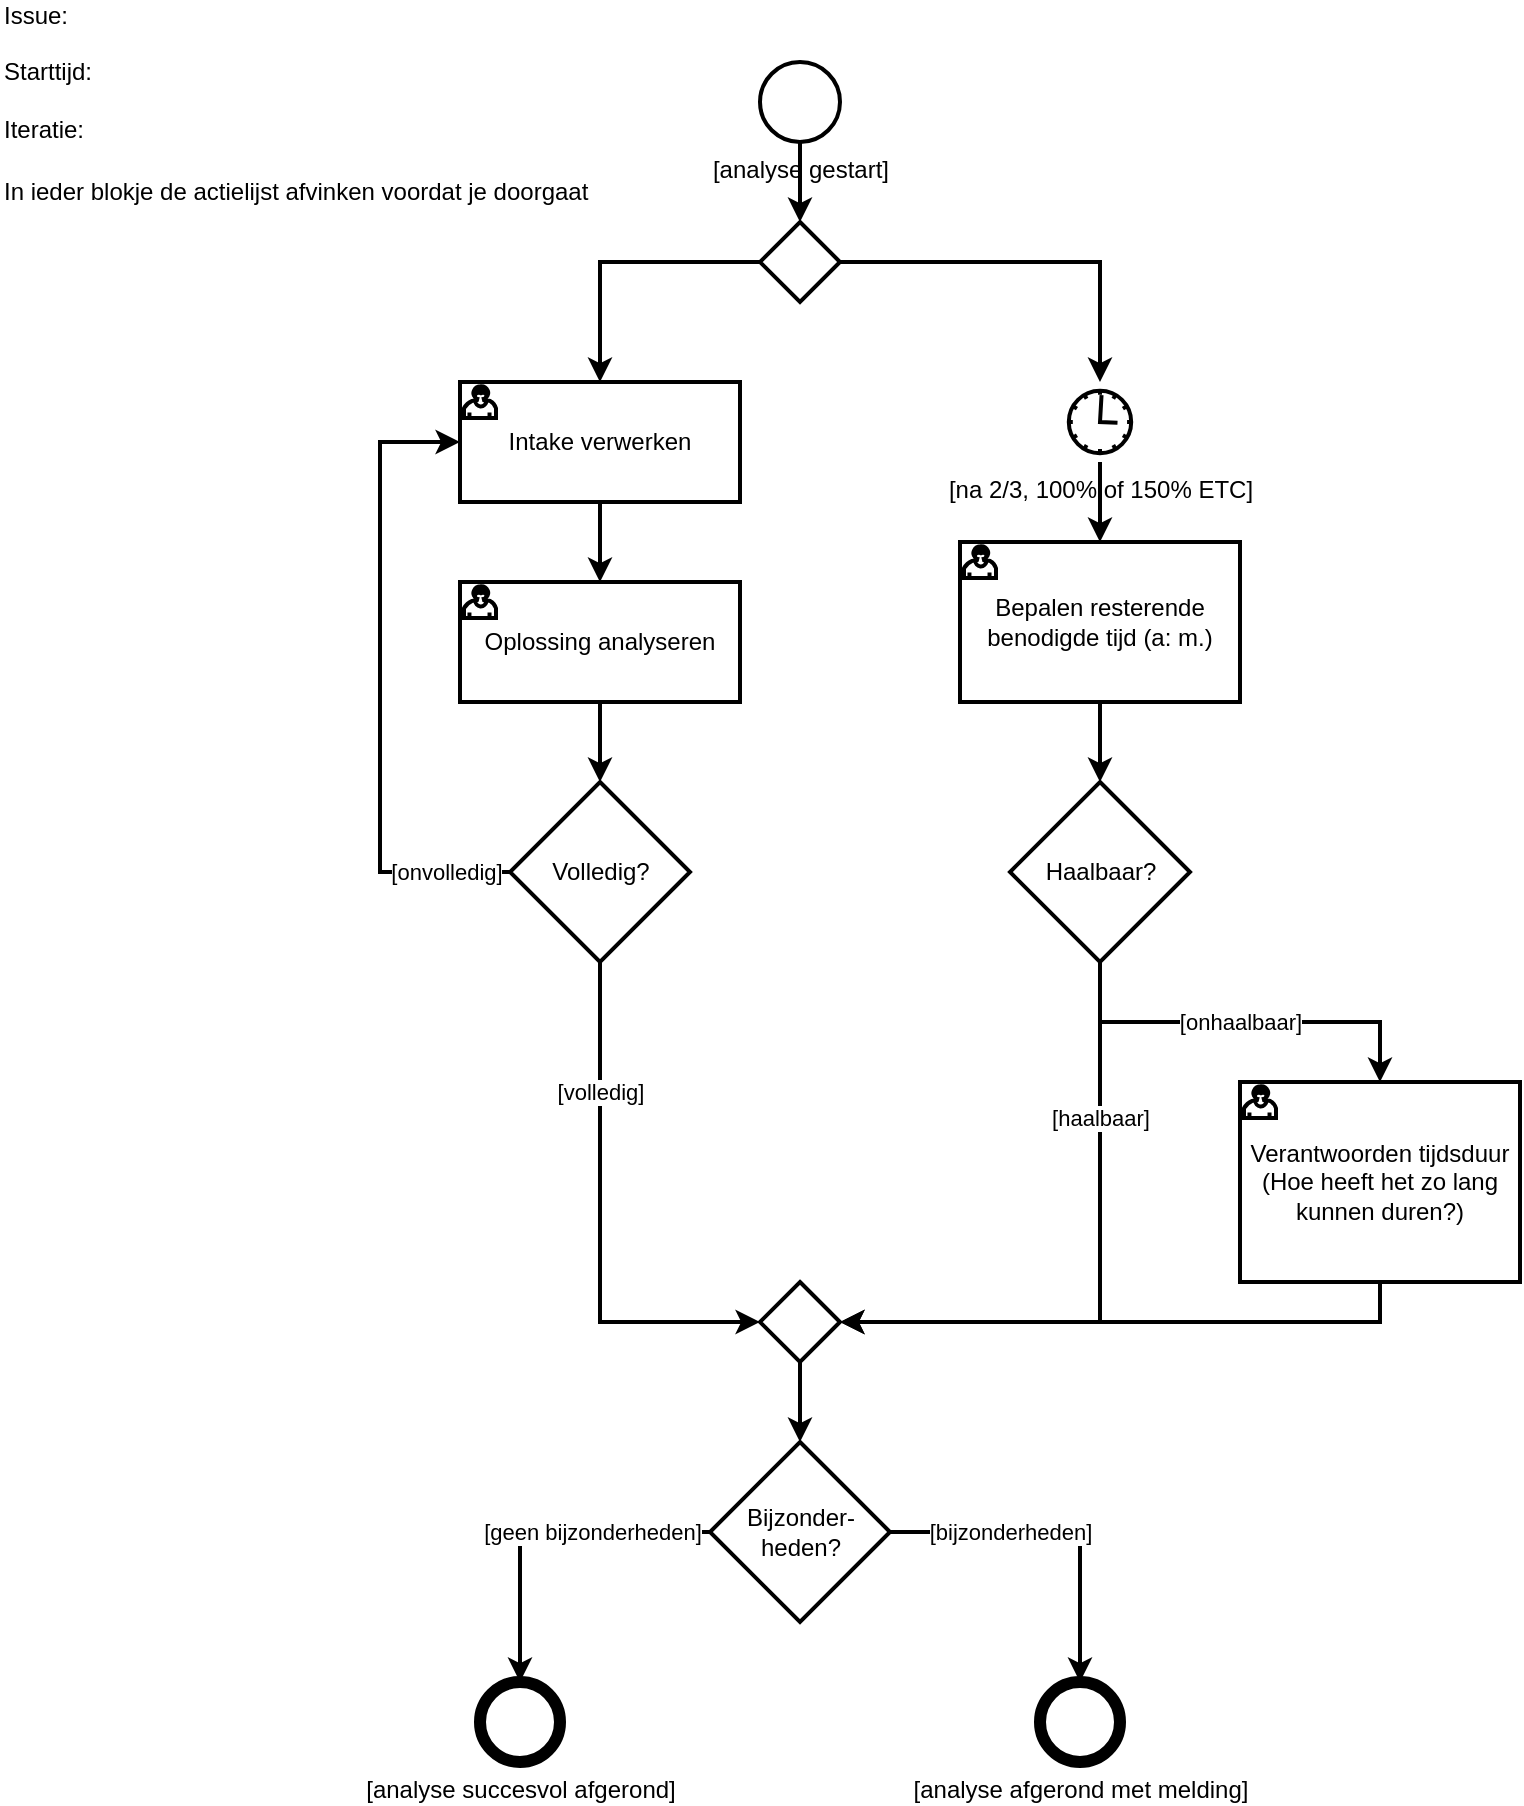
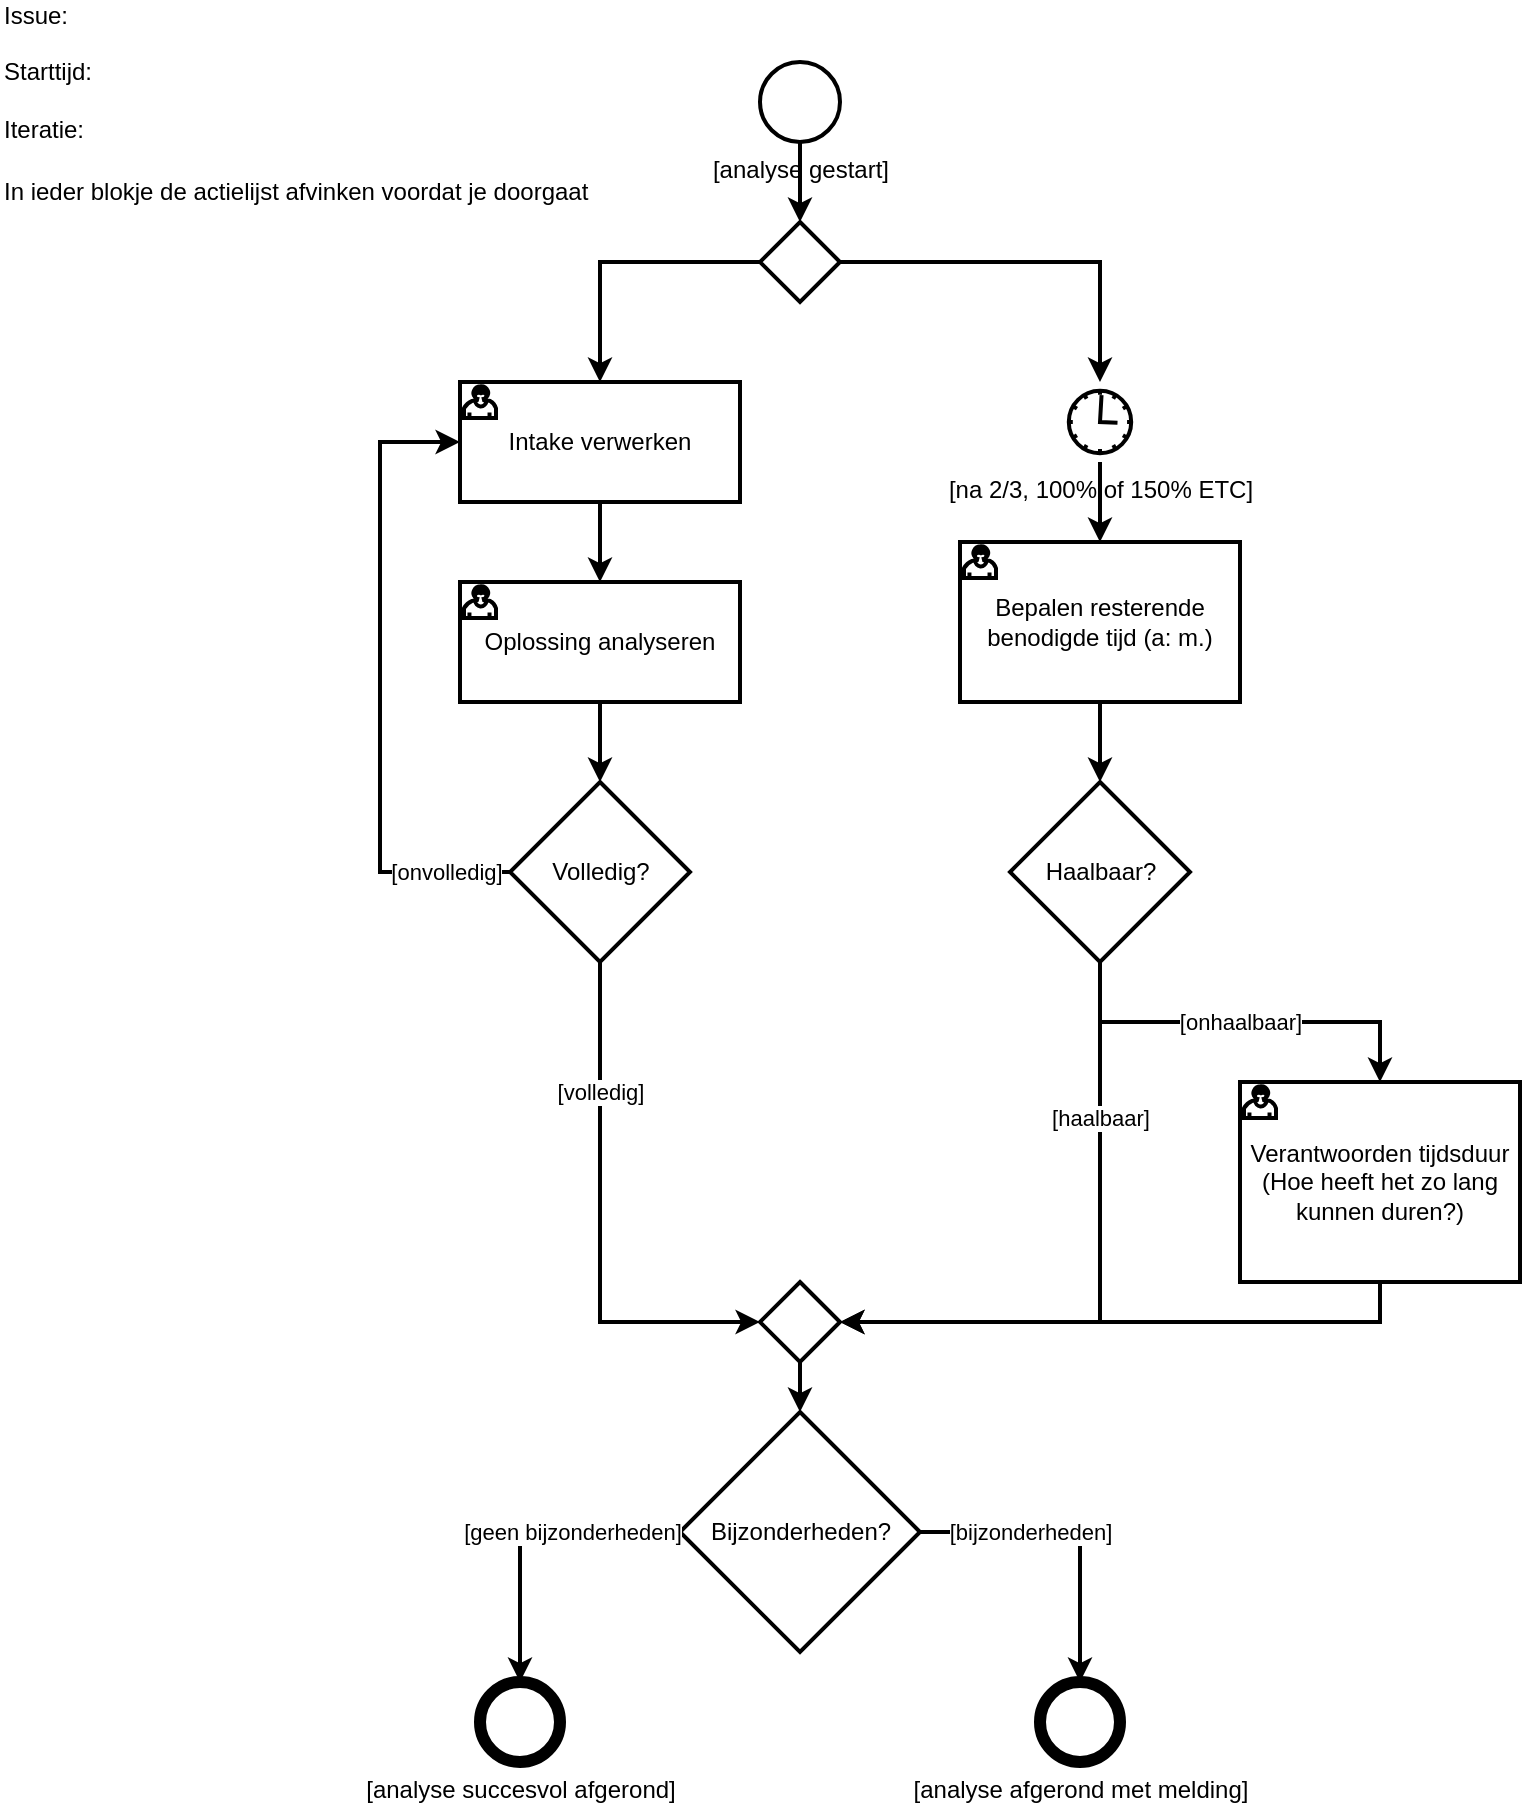
<mxfile host="Electron" agent="Mozilla/5.0 (Windows NT 10.0; Win64; x64) AppleWebKit/537.36 (KHTML, like Gecko) Chrome/143.0.0.0 Safari/537.36">
  <diagram name="Page-1" id="N1ihbLb1V8zAQBHubTxZ">
    <mxGraphModel dx="1560" dy="881" grid="1" gridSize="10" guides="1" tooltips="1" connect="1" arrows="1" fold="1" page="1" pageScale="1" pageWidth="827" pageHeight="1169" math="0" shadow="0">
      <root>
        <mxCell id="0" />
        <mxCell id="1" parent="0" />
        <mxCell id="XXgrilK3sBboaJHVpPJj-29" parent="1" style="text;html=1;align=left;verticalAlign=middle;whiteSpace=wrap;rounded=0;" value="Issue:&amp;nbsp; &amp;nbsp;&lt;br&gt;&lt;br&gt;Starttijd:&lt;br&gt;&lt;br&gt;Iteratie:&amp;nbsp;" vertex="1">
          <mxGeometry height="30" width="60" x="10" y="30" as="geometry" />
        </mxCell>
        <mxCell id="XXgrilK3sBboaJHVpPJj-33" parent="1" style="text;html=1;whiteSpace=wrap;strokeColor=none;fillColor=none;align=left;verticalAlign=middle;rounded=0;labelPosition=center;verticalLabelPosition=middle;" value="In ieder blokje de actielijst afvinken voordat je doorgaat" vertex="1">
          <mxGeometry height="30" width="300" x="10" y="90" as="geometry" />
        </mxCell>
        <object label="[analyse gestart]" id="bpmn_start_event">
          <mxCell parent="1" style="shape=mxgraph.bpmn.event;html=1;verticalLabelPosition=bottom;labelBackgroundColor=#ffffff;verticalAlign=top;align=center;perimeter=ellipsePerimeter;outlineConnect=0;aspect=fixed;outline=standard;symbol=general;strokeWidth=2;" vertex="1">
            <mxGeometry height="40" width="40" x="390" y="40" as="geometry" />
          </mxCell>
        </object>
        <object label="" id="bpmn_gateway_fork">
          <mxCell parent="1" style="shape=mxgraph.bpmn.gateway;html=1;align=center;verticalAlign=middle;perimeter=rhombusPerimeter;outlineConnect=0;gatewaySymbol=parallel;strokeWidth=2;" vertex="1">
            <mxGeometry height="40" width="40" x="390" y="120" as="geometry" />
          </mxCell>
        </object>
        <object label="Intake verwerken" Action="301" id="bpmn_task_intake">
          <mxCell parent="1" style="shape=mxgraph.bpmn.task;html=1;verticalAlign=middle;align=center;whiteSpace=wrap;taskMarker=user;strokeWidth=2;" vertex="1">
            <mxGeometry height="60" width="140" x="240" y="200" as="geometry" />
          </mxCell>
        </object>
        <object label="Oplossing analyseren" Action="302" id="bpmn_task_oplossing">
          <mxCell parent="1" style="shape=mxgraph.bpmn.task;html=1;verticalAlign=middle;align=center;whiteSpace=wrap;taskMarker=user;strokeWidth=2;" vertex="1">
            <mxGeometry height="60" width="140" x="240" y="300" as="geometry" />
          </mxCell>
        </object>
        <object label="Volledig?" id="bpmn_gateway_kwaliteit">
          <mxCell parent="1" style="shape=mxgraph.bpmn.gateway;html=1;align=center;verticalAlign=middle;perimeter=rhombusPerimeter;outlineConnect=0;gatewaySymbol=exclusive;strokeWidth=2;" vertex="1">
            <mxGeometry height="90" width="90" x="265" y="400" as="geometry" />
          </mxCell>
        </object>
        <object label="[na 2/3, 100% of 150% ETC]" id="bpmn_event_etc">
          <mxCell parent="1" style="shape=mxgraph.bpmn.event;html=1;verticalLabelPosition=bottom;labelBackgroundColor=#ffffff;verticalAlign=top;align=center;perimeter=ellipsePerimeter;outlineConnect=0;aspect=fixed;outline=catch;symbol=timer;strokeWidth=2;" vertex="1">
            <mxGeometry height="40" width="40" x="540" y="200" as="geometry" />
          </mxCell>
        </object>
        <object label="Bepalen resterende benodigde tijd (a: m.)" Action="303" id="bpmn_task_inschatting">
          <mxCell parent="1" style="shape=mxgraph.bpmn.task;html=1;verticalAlign=middle;align=center;whiteSpace=wrap;taskMarker=user;strokeWidth=2;" vertex="1">
            <mxGeometry height="80" width="140" x="490" y="280" as="geometry" />
          </mxCell>
        </object>
        <object label="Haalbaar?" Action="305" id="bpmn_gateway_haalbaarheid">
          <mxCell parent="1" style="shape=mxgraph.bpmn.gateway;html=1;align=center;verticalAlign=middle;perimeter=rhombusPerimeter;outlineConnect=0;gatewaySymbol=exclusive;strokeWidth=2;" vertex="1">
            <mxGeometry height="90" width="90" x="515" y="400" as="geometry" />
          </mxCell>
        </object>
        <object label="Verantwoorden tijdsduur (Hoe heeft het zo lang kunnen duren?)" Action="304" id="bpmn_task_verantwoording">
          <mxCell parent="1" style="shape=mxgraph.bpmn.task;html=1;verticalAlign=middle;align=center;whiteSpace=wrap;taskMarker=user;strokeWidth=2;" vertex="1">
            <mxGeometry height="100" width="140" x="630" y="550" as="geometry" />
          </mxCell>
        </object>
        <object label="" id="bpmn_gateway_join">
          <mxCell parent="1" style="shape=mxgraph.bpmn.gateway;html=1;align=center;verticalAlign=middle;perimeter=rhombusPerimeter;outlineConnect=0;gatewaySymbol=parallel;strokeWidth=2;" vertex="1">
            <mxGeometry height="40" width="40" x="390" y="650" as="geometry" />
          </mxCell>
        </object>
-         <object label="Bijzonder-&lt;br&gt;heden?" id="bpmn_gateway_bijzonderheden">
+         <object label="Bijzonderheden?" id="bpmn_gateway_bijzonderheden">
          <mxCell parent="1" style="shape=mxgraph.bpmn.gateway;html=1;align=center;verticalAlign=middle;perimeter=rhombusPerimeter;outlineConnect=0;gatewaySymbol=exclusive;strokeWidth=2;" vertex="1">
-             <mxGeometry height="90" width="90" x="365" y="730" as="geometry" />
+             <mxGeometry height="120" width="120" x="350" y="715" as="geometry" />
          </mxCell>
        </object>
        <object label="[analyse succesvol afgerond]" id="bpmn_end_regulier">
          <mxCell parent="1" style="shape=mxgraph.bpmn.event;html=1;verticalLabelPosition=bottom;labelBackgroundColor=#ffffff;verticalAlign=top;align=center;perimeter=ellipsePerimeter;outlineConnect=0;aspect=fixed;outline=end;symbol=general;strokeWidth=2;" vertex="1">
            <mxGeometry height="40" width="40" x="250" y="850" as="geometry" />
          </mxCell>
        </object>
        <object label="[analyse afgerond met melding]" id="bpmn_end_bijzonderheden">
          <mxCell parent="1" style="shape=mxgraph.bpmn.event;html=1;verticalLabelPosition=bottom;labelBackgroundColor=#ffffff;verticalAlign=top;align=center;perimeter=ellipsePerimeter;outlineConnect=0;aspect=fixed;outline=end;symbol=general;strokeWidth=2;" vertex="1">
            <mxGeometry height="40" width="40" x="530" y="850" as="geometry" />
          </mxCell>
        </object>
        <mxCell id="edge_start_to_fork" edge="1" parent="1" source="bpmn_start_event" style="edgeStyle=orthogonalEdgeStyle;rounded=0;orthogonalLoop=1;jettySize=auto;html=1;strokeWidth=2;exitX=0.5;exitY=1;entryX=0.5;entryY=0;" target="bpmn_gateway_fork">
          <mxGeometry relative="1" as="geometry" />
        </mxCell>
        <mxCell id="edge_fork_to_intake" edge="1" parent="1" source="bpmn_gateway_fork" style="edgeStyle=orthogonalEdgeStyle;rounded=0;orthogonalLoop=1;jettySize=auto;html=1;strokeWidth=2;exitX=0;exitY=0.5;entryX=0.5;entryY=0;" target="bpmn_task_intake">
          <mxGeometry relative="1" as="geometry" />
        </mxCell>
        <mxCell id="edge_fork_to_etc" edge="1" parent="1" source="bpmn_gateway_fork" style="edgeStyle=orthogonalEdgeStyle;rounded=0;orthogonalLoop=1;jettySize=auto;html=1;strokeWidth=2;exitX=1;exitY=0.5;entryX=0.5;entryY=0;" target="bpmn_event_etc">
          <mxGeometry relative="1" as="geometry" />
        </mxCell>
        <mxCell id="edge_intake_to_oplossing" edge="1" parent="1" source="bpmn_task_intake" style="edgeStyle=orthogonalEdgeStyle;rounded=0;orthogonalLoop=1;jettySize=auto;html=1;strokeWidth=2;exitX=0.5;exitY=1;entryX=0.5;entryY=0;" target="bpmn_task_oplossing">
          <mxGeometry relative="1" as="geometry" />
        </mxCell>
        <mxCell id="edge_oplossing_to_kwaliteit" edge="1" parent="1" source="bpmn_task_oplossing" style="edgeStyle=orthogonalEdgeStyle;rounded=0;orthogonalLoop=1;jettySize=auto;html=1;strokeWidth=2;exitX=0.5;exitY=1;entryX=0.5;entryY=0;" target="bpmn_gateway_kwaliteit">
          <mxGeometry relative="1" as="geometry" />
        </mxCell>
        <object label="[onvolledig]" id="edge_kwaliteit_onvolledig">
          <mxCell edge="1" parent="1" source="bpmn_gateway_kwaliteit" style="edgeStyle=orthogonalEdgeStyle;rounded=0;orthogonalLoop=1;jettySize=auto;html=1;strokeWidth=2;exitX=0;exitY=0.5;entryX=0;entryY=0.5;" target="bpmn_task_intake">
            <mxGeometry relative="1" x="-0.8" as="geometry">
              <mxPoint as="offset" />
              <Array as="points">
                <mxPoint x="200" y="445" />
                <mxPoint x="200" y="230" />
              </Array>
            </mxGeometry>
          </mxCell>
        </object>
        <object label="[volledig]" id="edge_kwaliteit_volledig">
          <mxCell edge="1" parent="1" source="bpmn_gateway_kwaliteit" style="edgeStyle=orthogonalEdgeStyle;rounded=0;orthogonalLoop=1;jettySize=auto;html=1;strokeWidth=2;exitX=0.5;exitY=1;entryX=0;entryY=0.5;" target="bpmn_gateway_join">
            <mxGeometry relative="1" x="-0.5" as="geometry">
              <mxPoint as="offset" />
            </mxGeometry>
          </mxCell>
        </object>
        <mxCell id="edge_etc_to_inschatting" edge="1" parent="1" source="bpmn_event_etc" style="edgeStyle=orthogonalEdgeStyle;rounded=0;orthogonalLoop=1;jettySize=auto;html=1;strokeWidth=2;exitX=0.5;exitY=1;entryX=0.5;entryY=0;" target="bpmn_task_inschatting">
          <mxGeometry relative="1" as="geometry" />
        </mxCell>
        <mxCell id="edge_inschatting_to_haalbaarheid" edge="1" parent="1" source="bpmn_task_inschatting" style="edgeStyle=orthogonalEdgeStyle;rounded=0;orthogonalLoop=1;jettySize=auto;html=1;strokeWidth=2;exitX=0.5;exitY=1;entryX=0.5;entryY=0;" target="bpmn_gateway_haalbaarheid">
          <mxGeometry relative="1" as="geometry" />
        </mxCell>
        <object label="[haalbaar]" Action="305T" id="edge_haalbaarheid_haalbaar">
          <mxCell edge="1" parent="1" source="bpmn_gateway_haalbaarheid" style="edgeStyle=orthogonalEdgeStyle;rounded=0;orthogonalLoop=1;jettySize=auto;html=1;strokeWidth=2;exitX=0.5;exitY=1;entryX=1;entryY=0.5;" target="bpmn_gateway_join">
            <mxGeometry relative="1" x="-0.5" as="geometry">
              <mxPoint as="offset" />
            </mxGeometry>
          </mxCell>
        </object>
        <object label="[onhaalbaar]" Action="305F" id="edge_haalbaarheid_onhaalbaar">
          <mxCell edge="1" parent="1" source="bpmn_gateway_haalbaarheid" style="edgeStyle=orthogonalEdgeStyle;rounded=0;orthogonalLoop=1;jettySize=auto;html=1;strokeWidth=2;exitX=0.5;exitY=1;entryX=0.5;entryY=0;" target="bpmn_task_verantwoording">
            <mxGeometry relative="1" as="geometry" />
          </mxCell>
        </object>
        <mxCell id="edge_verantwoording_to_join" edge="1" parent="1" source="bpmn_task_verantwoording" style="edgeStyle=orthogonalEdgeStyle;rounded=0;orthogonalLoop=1;jettySize=auto;html=1;strokeWidth=2;exitX=0.5;exitY=1;entryX=1;entryY=0.5;" target="bpmn_gateway_join">
          <mxGeometry relative="1" as="geometry">
            <Array as="points">
              <mxPoint x="700" y="670" />
            </Array>
          </mxGeometry>
        </mxCell>
        <mxCell id="edge_join_to_bijzonderheden" edge="1" parent="1" source="bpmn_gateway_join" style="edgeStyle=orthogonalEdgeStyle;rounded=0;orthogonalLoop=1;jettySize=auto;html=1;strokeWidth=2;exitX=0.5;exitY=1;entryX=0.5;entryY=0;" target="bpmn_gateway_bijzonderheden">
          <mxGeometry relative="1" as="geometry" />
        </mxCell>
        <object label="[geen bijzonderheden]" id="edge_bijzonderheden_geen">
          <mxCell edge="1" parent="1" source="bpmn_gateway_bijzonderheden" style="edgeStyle=orthogonalEdgeStyle;rounded=0;orthogonalLoop=1;jettySize=auto;html=1;strokeWidth=2;exitX=0;exitY=0.5;entryX=0.5;entryY=0;" target="bpmn_end_regulier">
            <mxGeometry relative="1" x="-0.3" as="geometry">
              <mxPoint as="offset" />
              <Array as="points">
                <mxPoint x="270" y="775" />
              </Array>
            </mxGeometry>
          </mxCell>
        </object>
        <object label="[bijzonderheden]" id="edge_bijzonderheden_wel">
          <mxCell edge="1" parent="1" source="bpmn_gateway_bijzonderheden" style="edgeStyle=orthogonalEdgeStyle;rounded=0;orthogonalLoop=1;jettySize=auto;html=1;strokeWidth=2;exitX=1;exitY=0.5;entryX=0.5;entryY=0;" target="bpmn_end_bijzonderheden">
            <mxGeometry relative="1" x="-0.3" as="geometry">
              <mxPoint as="offset" />
              <Array as="points">
                <mxPoint x="550" y="775" />
              </Array>
            </mxGeometry>
          </mxCell>
        </object>
      </root>
    </mxGraphModel>
  </diagram>
</mxfile>
